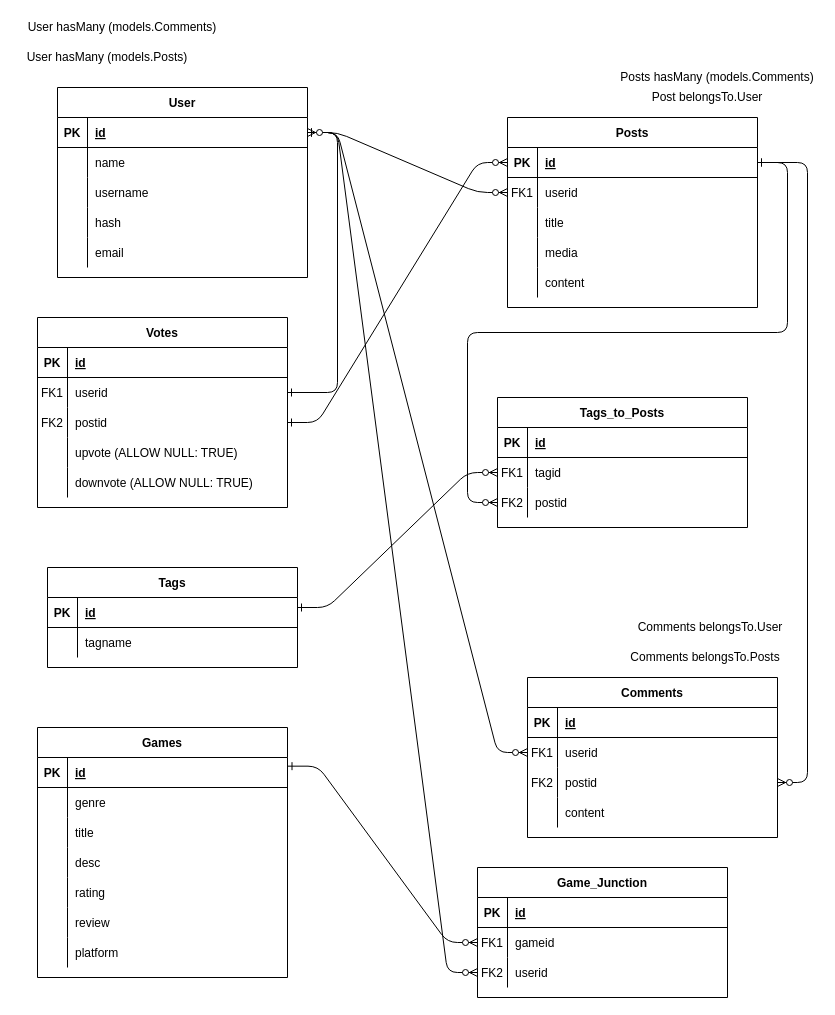
The draw.io diagram page "Table Templates" (2 of 2) of additionalFiles/homepage.drawio in Stormy110/Gamers_Paradise, before the edit. Source tidied: cells renumbered, new cells numbered last; positions are measured from the earlier drawing's top-left corner, leaving out a move shared by most shapes. Both pictures are drawn from the tidied source at 100%, with x=0, y=0 at pixel (17, 17).
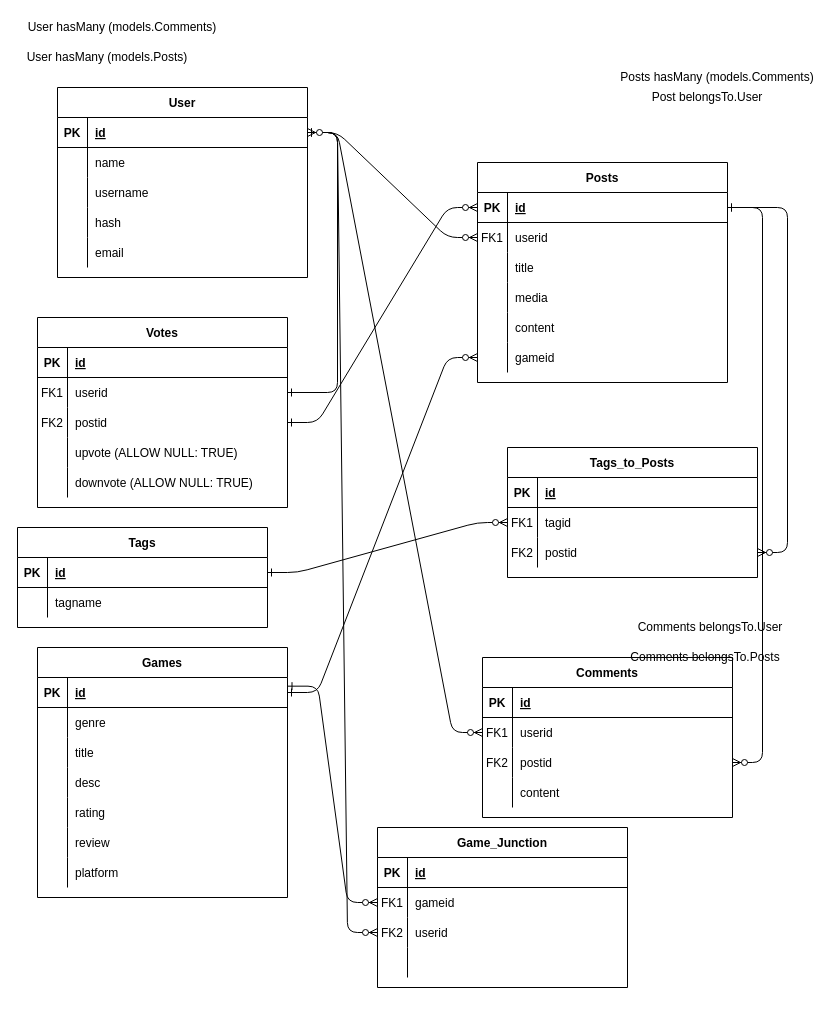
Above is the later version.

The change refers to these unchanged cells:
```xml
<mxCell id="5" style="shape=partialRectangle;fillColor=none;points=[[0,0.5],[1,0.5]];portConstraint=eastwest;top=0;left=0;right=0;bottom=1;" parent="4" vertex="1">
  <mxGeometry y="30" width="250" height="30" as="geometry" />
</mxCell>
<mxCell id="69" style="shape=partialRectangle;fillColor=none;points=[[0,0.5],[1,0.5]];portConstraint=eastwest;top=0;left=0;right=0;bottom=0;" parent="65" vertex="1">
  <mxGeometry y="60" width="250" height="30" as="geometry" />
</mxCell>
<mxCell id="72" style="shape=partialRectangle;fillColor=none;points=[[0,0.5],[1,0.5]];portConstraint=eastwest;top=0;left=0;right=0;bottom=0;" parent="65" vertex="1">
  <mxGeometry y="90" width="250" height="30" as="geometry" />
</mxCell>
<mxCell id="76" style="shape=partialRectangle;fillColor=none;points=[[0,0.5],[1,0.5]];portConstraint=eastwest;top=0;left=0;right=0;bottom=1;" parent="75" vertex="1">
  <mxGeometry y="30" width="250" height="30" as="geometry" />
</mxCell>
<mxCell id="91" style="shape=partialRectangle;fillColor=none;points=[[0,0.5],[1,0.5]];portConstraint=eastwest;top=0;left=0;right=0;bottom=1;" parent="90" vertex="1">
  <mxGeometry y="30" width="250" height="30" as="geometry" />
</mxCell>
```

Change to the diagram source:
```diff
@@
     <mxCell id="4" value="Posts" style="shape=table;startSize=30;childLayout=tableLayout;rowLines=0;fontStyle=1;align=center;" parent="1" vertex="1">
-      <mxGeometry x="490" y="100" width="250" height="190" as="geometry" />
+      <mxGeometry x="460" y="145" width="250" height="220" as="geometry" />
     </mxCell>
@@
+    <mxCell id="128" style="shape=partialRectangle;fillColor=none;points=[[0,0.5],[1,0.5]];portConstraint=eastwest;top=0;left=0;right=0;bottom=0;" parent="4" vertex="1">
+      <mxGeometry y="180" width="250" height="30" as="geometry" />
+    </mxCell>
+    <mxCell id="129" style="shape=partialRectangle;overflow=hidden;fillColor=none;top=0;left=0;bottom=0;right=0;" parent="128" vertex="1">
+      <mxGeometry width="30" height="30" as="geometry" />
+    </mxCell>
+    <mxCell id="130" value="gameid" style="shape=partialRectangle;overflow=hidden;fillColor=none;top=0;left=0;bottom=0;right=0;align=left;spacingLeft=6;" parent="128" vertex="1">
+      <mxGeometry x="30" width="220" height="30" as="geometry" />
+    </mxCell>
     <mxCell id="20" value="Comments" style="shape=table;startSize=30;childLayout=tableLayout;rowLines=0;fontStyle=1;align=center;" parent="1" vertex="1">
-      <mxGeometry x="510" y="660" width="250" height="160" as="geometry" />
+      <mxGeometry x="465" y="640" width="250" height="160" as="geometry" />
     </mxCell>
@@
     <mxCell id="65" value="Tags_to_Posts" style="shape=table;startSize=30;childLayout=tableLayout;rowLines=0;fontStyle=1;align=center;" parent="1" vertex="1">
-      <mxGeometry x="480" y="380" width="250" height="130" as="geometry" />
+      <mxGeometry x="490" y="430" width="250" height="130" as="geometry" />
     </mxCell>
@@
     <mxCell id="75" value="Tags" style="shape=table;startSize=30;childLayout=tableLayout;rowLines=0;fontStyle=1;align=center;" parent="1" vertex="1">
-      <mxGeometry x="30" y="550" width="250" height="100" as="geometry" />
+      <mxGeometry y="510" width="250" height="100" as="geometry" />
     </mxCell>
@@
     <mxCell id="90" value="Games" style="shape=table;startSize=30;childLayout=tableLayout;rowLines=0;fontStyle=1;align=center;" parent="1" vertex="1">
-      <mxGeometry x="20" y="710" width="250" height="250" as="geometry" />
+      <mxGeometry x="20" y="630" width="250" height="250" as="geometry" />
     </mxCell>
@@
     <mxCell id="112" value="Game_Junction" style="shape=table;startSize=30;childLayout=tableLayout;rowLines=0;fontStyle=1;align=center;" parent="1" vertex="1">
-      <mxGeometry x="460" y="850" width="250" height="130" as="geometry" />
+      <mxGeometry x="360" y="810" width="250" height="160" as="geometry" />
     </mxCell>
@@
+    <mxCell id="131" style="shape=partialRectangle;fillColor=none;top=0;left=0;right=0;bottom=0;" parent="112" vertex="1">
+      <mxGeometry y="120" width="250" height="30" as="geometry" />
+    </mxCell>
+    <mxCell id="132" style="shape=partialRectangle;overflow=hidden;fillColor=none;top=0;left=0;bottom=0;right=0;" parent="131" vertex="1">
+      <mxGeometry width="30" height="30" as="geometry" />
+    </mxCell>
+    <mxCell id="133" style="shape=partialRectangle;overflow=hidden;fillColor=none;top=0;left=0;bottom=0;right=0;align=left;spacingLeft=6;" parent="131" vertex="1">
+      <mxGeometry x="30" width="220" height="30" as="geometry" />
+    </mxCell>
@@
-    <mxCell id="124" style="edgeStyle=entityRelationEdgeStyle;endArrow=ERzeroToMany;startArrow=ERone;endFill=1;startFill=0;exitX=1;exitY=0.5;exitDx=0;exitDy=0;entryX=0;entryY=0.5;entryDx=0;entryDy=0;" parent="1" edge="1" target="69">
-      <mxGeometry relative="1" as="geometry">
-        <mxPoint x="280" y="590" as="sourcePoint" />
-      </mxGeometry>
+    <mxCell id="124" style="edgeStyle=entityRelationEdgeStyle;endArrow=ERzeroToMany;startArrow=ERone;endFill=1;startFill=0;entryX=0;entryY=0.5;entryDx=0;entryDy=0;" parent="1" edge="1" source="76" target="69">
+      <mxGeometry relative="1" as="geometry" />
     </mxCell>
-    <mxCell id="125" style="edgeStyle=entityRelationEdgeStyle;endArrow=ERzeroToMany;startArrow=ERone;endFill=1;startFill=0;" parent="1" edge="1" source="5">
-      <mxGeometry relative="1" as="geometry">
-        <mxPoint x="480" y="485" as="targetPoint" />
-      </mxGeometry>
+    <mxCell id="125" style="edgeStyle=entityRelationEdgeStyle;endArrow=ERzeroToMany;startArrow=ERone;endFill=1;startFill=0;" parent="1" edge="1" source="5" target="72">
+      <mxGeometry relative="1" as="geometry" />
     </mxCell>
@@
+    <mxCell id="134" style="edgeStyle=entityRelationEdgeStyle;endArrow=ERzeroToMany;startArrow=ERone;endFill=1;startFill=0;" parent="1" edge="1" source="91" target="128">
+      <mxGeometry relative="1" as="geometry" />
+    </mxCell>
```
